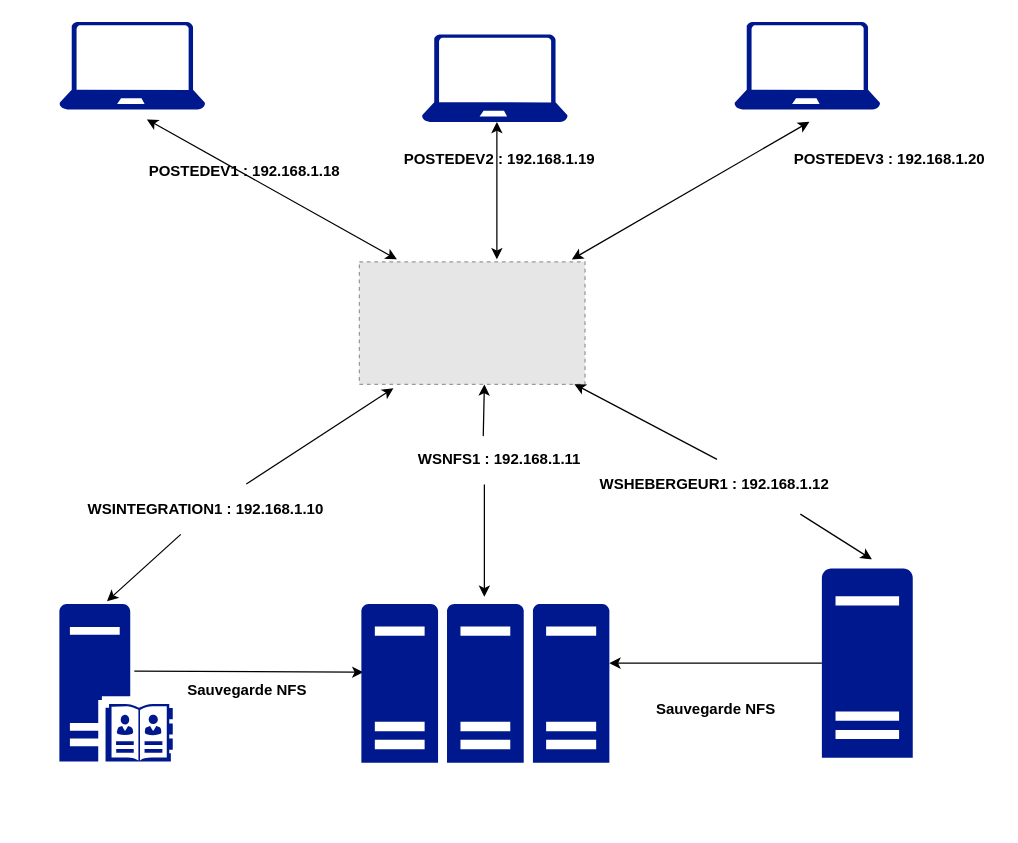
Before: DIAGRAMME_TP_LINUX.drawio in omarnoubair/TP_Linux1, a draw.io diagram. Source tidied: cells renumbered, new cells numbered last; positions are measured from the earlier drawing's top-left corner, leaving out a move shared by most shapes. Both pictures are drawn from the tidied source at 125%, with x=0, y=0 at pixel (59, 21). Pictures stored in the file or linked from it are replaced by grey dashed boxes.
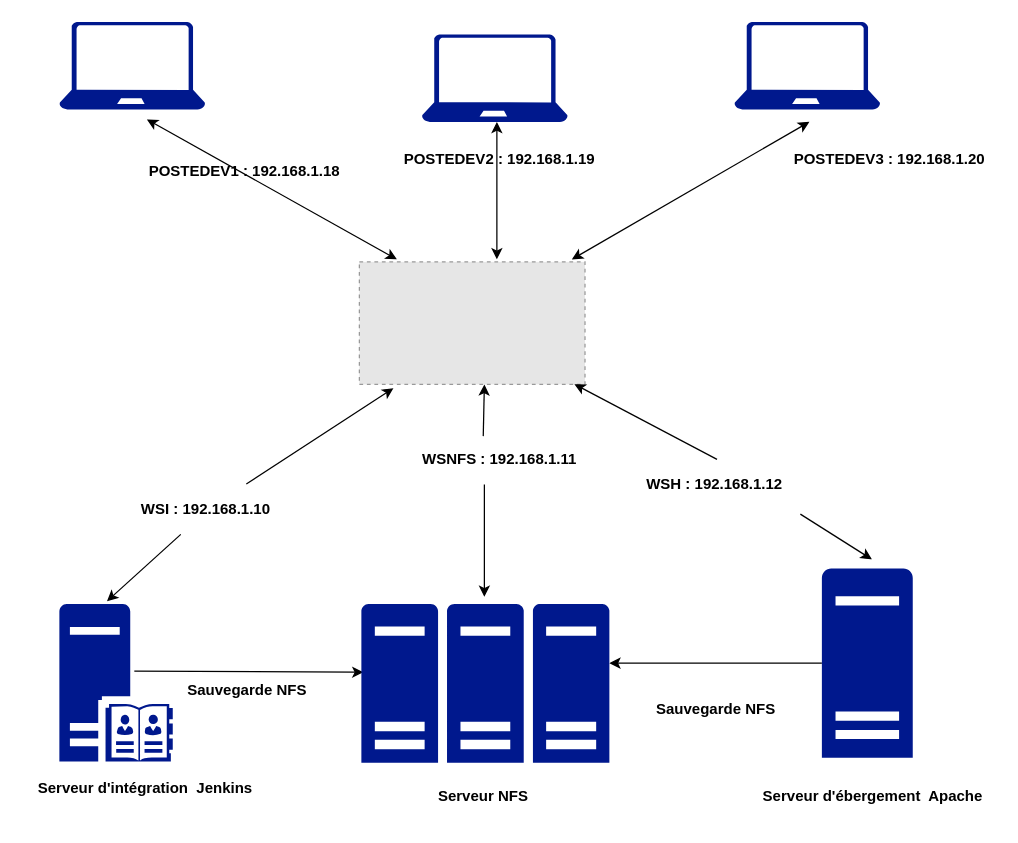
The same page after the edit.

Change to the diagram source:
```diff
@@
-    <mxCell id="12" value="&lt;b&gt;WSINTEGRATION1 :&amp;nbsp;192.168.1.10&amp;nbsp;&lt;/b&gt;" style="text;html=1;strokeColor=none;fillColor=none;align=center;verticalAlign=middle;whiteSpace=wrap;rounded=0;" parent="1" vertex="1">
+    <mxCell id="12" value="&lt;b&gt;WSI :&amp;nbsp;192.168.1.10&amp;nbsp;&lt;/b&gt;" style="text;html=1;strokeColor=none;fillColor=none;align=center;verticalAlign=middle;whiteSpace=wrap;rounded=0;" parent="1" vertex="1">
       <mxGeometry x="20" y="370" width="198.4" height="40" as="geometry" />
     </mxCell>
@@
-    <mxCell id="14" value="&lt;b&gt;WSHEBERGEUR1 :&amp;nbsp;192.168.1.12&amp;nbsp;&lt;/b&gt;" style="text;html=1;strokeColor=none;fillColor=none;align=center;verticalAlign=middle;whiteSpace=wrap;rounded=0;" parent="1" vertex="1">
+    <mxCell id="14" value="&lt;b&gt;WSH :&amp;nbsp;192.168.1.12&amp;nbsp;&lt;/b&gt;" style="text;html=1;strokeColor=none;fillColor=none;align=center;verticalAlign=middle;whiteSpace=wrap;rounded=0;" parent="1" vertex="1">
       <mxGeometry x="430" y="350" width="192.2" height="40" as="geometry" />
     </mxCell>
@@
-    <mxCell id="20" value="&lt;b&gt;WSNFS1 :&amp;nbsp;192.168.1.11&amp;nbsp;&lt;/b&gt;" style="text;html=1;strokeColor=none;fillColor=none;align=center;verticalAlign=middle;whiteSpace=wrap;rounded=0;" parent="1" vertex="1">
+    <mxCell id="20" value="&lt;b&gt;WSNFS :&amp;nbsp;192.168.1.11&amp;nbsp;&lt;/b&gt;" style="text;html=1;strokeColor=none;fillColor=none;align=center;verticalAlign=middle;whiteSpace=wrap;rounded=0;" parent="1" vertex="1">
       <mxGeometry x="259.6" y="330" width="188.4" height="40" as="geometry" />
     </mxCell>
@@
+    <mxCell id="28" value="&lt;b&gt;Serveur d'intégration&amp;nbsp; Jenkins&lt;/b&gt;" style="text;html=1;strokeColor=none;fillColor=none;align=center;verticalAlign=middle;whiteSpace=wrap;rounded=0;" parent="1" vertex="1">
+      <mxGeometry x="-30" y="592.6" width="198.4" height="40" as="geometry" />
+    </mxCell>
+    <mxCell id="29" value="&lt;b&gt;Serveur NFS&amp;nbsp;&lt;/b&gt;" style="text;html=1;strokeColor=none;fillColor=none;align=center;verticalAlign=middle;whiteSpace=wrap;rounded=0;" parent="1" vertex="1">
+      <mxGeometry x="241.6" y="600" width="198.4" height="40" as="geometry" />
+    </mxCell>
+    <mxCell id="30" value="&lt;b&gt;Serveur d'ébergement&amp;nbsp; Apache&lt;/b&gt;" style="text;html=1;strokeColor=none;fillColor=none;align=center;verticalAlign=middle;whiteSpace=wrap;rounded=0;" parent="1" vertex="1">
+      <mxGeometry x="551.6" y="600" width="198.4" height="40" as="geometry" />
+    </mxCell>
```
